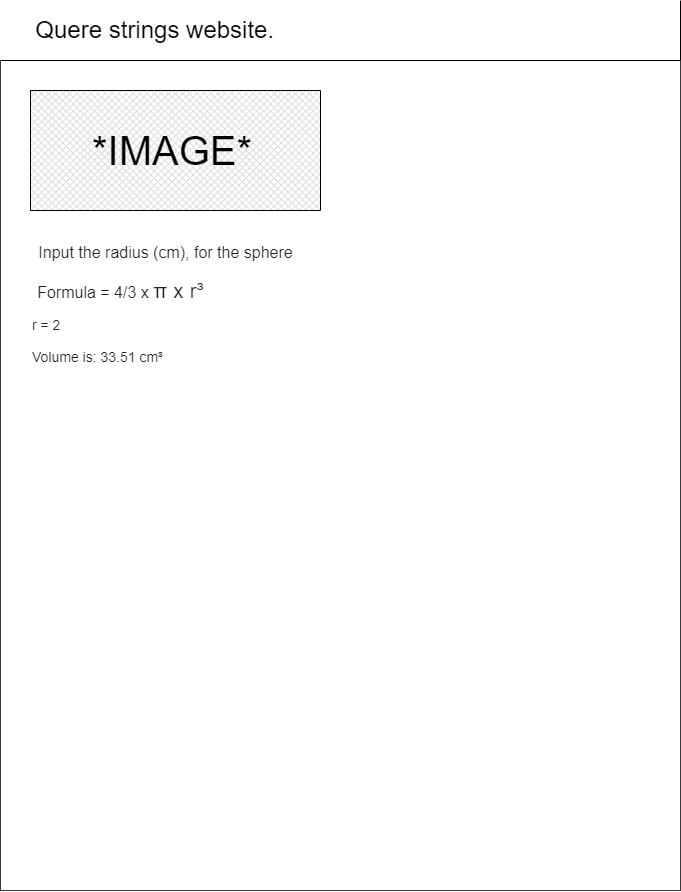
Above: design/storyboard.png in Evgeny-Vovk/ICS2O-Unit6-04-HTML-Extra (draw.io), before the change. Source tidied: cells renumbered, new cells last; positions are measured from the earlier drawing's top-left corner, leaving out a move shared by most shapes. Source of this version:
```xml
<mxGraphModel>
  <root>
    <mxCell id="0" />
    <mxCell id="1" parent="0" />
    <mxCell id="2" style="verticalLabelPosition=bottom;verticalAlign=top;html=1;shape=mxgraph.basic.rect;fillColor2=none;strokeWidth=1;size=20;indent=5;fillColor=#FFFFFF;strokeColor=#36393d;" parent="1" vertex="1">
      <mxGeometry y="60" width="680" height="830" as="geometry" />
    </mxCell>
    <mxCell id="3" value="&lt;p style=&quot;line-height: 1.2&quot;&gt;&lt;span style=&quot;font-size: 24px&quot;&gt;&amp;nbsp; &amp;nbsp; &amp;nbsp;Quere strings website.&lt;/span&gt;&lt;/p&gt;" style="shape=partialRectangle;whiteSpace=wrap;html=1;top=0;left=0;fillColor=#FFFFFF;align=left;fontColor=#000000;strokeColor=#000000;" parent="1" vertex="1">
      <mxGeometry width="680" height="60" as="geometry" />
    </mxCell>
    <mxCell id="4" style="verticalLabelPosition=bottom;verticalAlign=top;html=1;shape=mxgraph.basic.patternFillRect;fillStyle=diagGrid;step=5;fillStrokeWidth=0.2;fillStrokeColor=#dddddd;" parent="1" vertex="1">
      <mxGeometry x="30" y="90" width="290" height="120" as="geometry" />
    </mxCell>
    <mxCell id="5" value="&lt;font face=&quot;helvetica, arial, sans-serif&quot; color=&quot;#000000&quot; style=&quot;font-size: 40px&quot;&gt;*IMAGE*&lt;/font&gt;" style="text;whiteSpace=wrap;html=1;fontSize=24;strokeWidth=22;" parent="1" vertex="1">
      <mxGeometry x="90" y="120" width="190" height="90" as="geometry" />
    </mxCell>
    <mxCell id="6" value="&lt;span style=&quot;color: rgba(0 , 0 , 0 , 0.87) ; font-family: &amp;#34;helvetica&amp;#34; , &amp;#34;arial&amp;#34; , sans-serif&quot;&gt;&lt;font style=&quot;font-size: 16px&quot;&gt;Input the radius (cm), for the sphere&lt;/font&gt;&lt;/span&gt;" style="text;html=1;align=center;verticalAlign=middle;fillColor=none;strokeColor=none;rounded=0;fontSize=35;" parent="1" vertex="1">
      <mxGeometry x="30" y="220" width="270" height="50" as="geometry" />
    </mxCell>
    <mxCell id="7" value="&lt;div style=&quot;text-align: left&quot;&gt;&lt;span style=&quot;color: rgba(0 , 0 , 0 , 0.87) ; font-family: &amp;#34;helvetica&amp;#34; , &amp;#34;arial&amp;#34; , sans-serif&quot;&gt;&lt;font style=&quot;font-size: 16px&quot;&gt;Formula = 4/3 x&amp;nbsp;&lt;/font&gt;&lt;/span&gt;&lt;span style=&quot;color: rgba(0 , 0 , 0 , 0.87) ; font-family: &amp;#34;roboto&amp;#34; , &amp;#34;helvetica&amp;#34; , &amp;#34;arial&amp;#34; , sans-serif ; font-size: 20px ; letter-spacing: 0.02em&quot;&gt;π x r³&lt;/span&gt;&lt;/div&gt;" style="text;html=1;align=center;verticalAlign=middle;fillColor=none;strokeColor=none;rounded=0;fontSize=35;" parent="1" vertex="1">
      <mxGeometry x="30" y="260" width="180" height="50" as="geometry" />
    </mxCell>
    <mxCell id="8" value="&lt;span style=&quot;color: rgba(0, 0, 0, 0.87); font-family: helvetica, arial, sans-serif; font-size: 14px; font-style: normal; font-weight: 400; letter-spacing: normal; text-indent: 0px; text-transform: none; word-spacing: 0px; display: inline; float: none;&quot;&gt;Volume is: 33.51 cm³&lt;/span&gt;" style="text;whiteSpace=wrap;html=1;fontSize=16;fontColor=#000000;" parent="1" vertex="1">
      <mxGeometry x="30" y="340" width="160" height="40" as="geometry" />
    </mxCell>
    <mxCell id="9" value="&lt;div id=&quot;dimensions&quot; style=&quot;color: rgba(0, 0, 0, 0.87); font-family: helvetica, arial, sans-serif; font-size: 14px; font-style: normal; font-weight: 400; letter-spacing: normal; text-indent: 0px; text-transform: none; word-spacing: 0px;&quot;&gt;r = 2&lt;/div&gt;&lt;br class=&quot;Apple-interchange-newline&quot;&gt;" style="text;whiteSpace=wrap;html=1;fontSize=16;fontColor=#000000;" parent="1" vertex="1">
      <mxGeometry x="30" y="310" width="50" height="50" as="geometry" />
    </mxCell>
  </root>
</mxGraphModel>
```
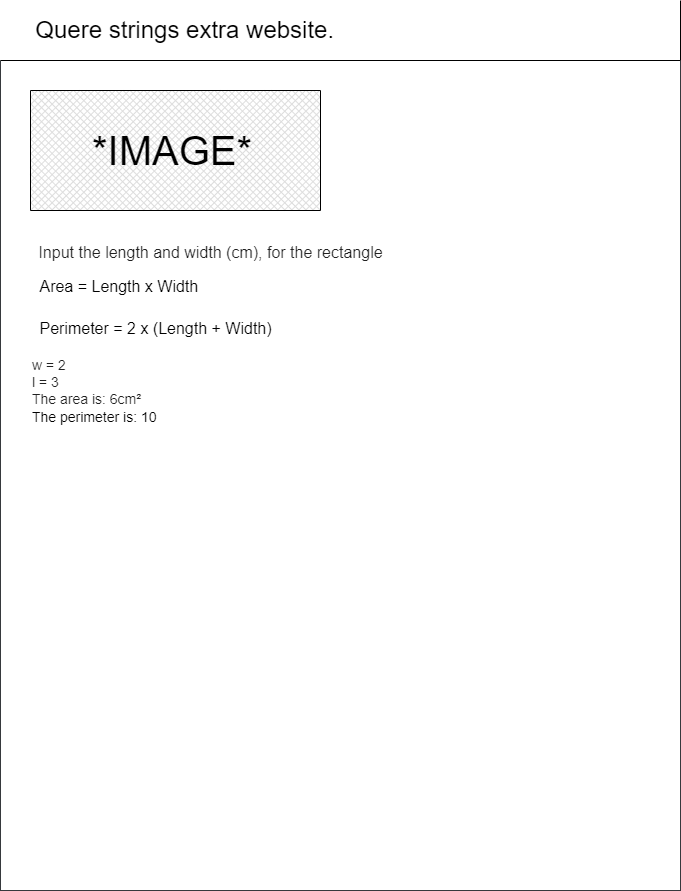
Above is the later version.

What changed in the source:
```diff
@@ -5,7 +5,7 @@
     <mxCell id="2" style="verticalLabelPosition=bottom;verticalAlign=top;html=1;shape=mxgraph.basic.rect;fillColor2=none;strokeWidth=1;size=20;indent=5;fillColor=#FFFFFF;strokeColor=#36393d;" parent="1" vertex="1">
       <mxGeometry y="60" width="680" height="830" as="geometry" />
     </mxCell>
-    <mxCell id="3" value="&lt;p style=&quot;line-height: 1.2&quot;&gt;&lt;span style=&quot;font-size: 24px&quot;&gt;&amp;nbsp; &amp;nbsp; &amp;nbsp;Quere strings website.&lt;/span&gt;&lt;/p&gt;" style="shape=partialRectangle;whiteSpace=wrap;html=1;top=0;left=0;fillColor=#FFFFFF;align=left;fontColor=#000000;strokeColor=#000000;" parent="1" vertex="1">
+    <mxCell id="3" value="&lt;p style=&quot;line-height: 1.2&quot;&gt;&lt;span style=&quot;font-size: 24px&quot;&gt;&amp;nbsp; &amp;nbsp; &amp;nbsp;Quere strings extra website.&lt;/span&gt;&lt;/p&gt;" style="shape=partialRectangle;whiteSpace=wrap;html=1;top=0;left=0;fillColor=#FFFFFF;align=left;fontColor=#000000;strokeColor=#000000;" parent="1" vertex="1">
       <mxGeometry width="680" height="60" as="geometry" />
     </mxCell>
     <mxCell id="4" style="verticalLabelPosition=bottom;verticalAlign=top;html=1;shape=mxgraph.basic.patternFillRect;fillStyle=diagGrid;step=5;fillStrokeWidth=0.2;fillStrokeColor=#dddddd;" parent="1" vertex="1">
@@ -14,17 +14,14 @@
     <mxCell id="5" value="&lt;font face=&quot;helvetica, arial, sans-serif&quot; color=&quot;#000000&quot; style=&quot;font-size: 40px&quot;&gt;*IMAGE*&lt;/font&gt;" style="text;whiteSpace=wrap;html=1;fontSize=24;strokeWidth=22;" parent="1" vertex="1">
       <mxGeometry x="90" y="120" width="190" height="90" as="geometry" />
     </mxCell>
-    <mxCell id="6" value="&lt;span style=&quot;color: rgba(0 , 0 , 0 , 0.87) ; font-family: &amp;#34;helvetica&amp;#34; , &amp;#34;arial&amp;#34; , sans-serif&quot;&gt;&lt;font style=&quot;font-size: 16px&quot;&gt;Input the radius (cm), for the sphere&lt;/font&gt;&lt;/span&gt;" style="text;html=1;align=center;verticalAlign=middle;fillColor=none;strokeColor=none;rounded=0;fontSize=35;" parent="1" vertex="1">
-      <mxGeometry x="30" y="220" width="270" height="50" as="geometry" />
+    <mxCell id="6" value="&lt;span style=&quot;color: rgba(0 , 0 , 0 , 0.87) ; font-family: &amp;#34;helvetica&amp;#34; , &amp;#34;arial&amp;#34; , sans-serif&quot;&gt;&lt;font style=&quot;font-size: 16px&quot;&gt;Input the length and width (cm), for the rectangle&lt;/font&gt;&lt;/span&gt;" style="text;html=1;align=center;verticalAlign=middle;fillColor=none;strokeColor=none;rounded=0;fontSize=35;" parent="1" vertex="1">
+      <mxGeometry x="30" y="220" width="360" height="50" as="geometry" />
     </mxCell>
-    <mxCell id="7" value="&lt;div style=&quot;text-align: left&quot;&gt;&lt;span style=&quot;color: rgba(0 , 0 , 0 , 0.87) ; font-family: &amp;#34;helvetica&amp;#34; , &amp;#34;arial&amp;#34; , sans-serif&quot;&gt;&lt;font style=&quot;font-size: 16px&quot;&gt;Formula = 4/3 x&amp;nbsp;&lt;/font&gt;&lt;/span&gt;&lt;span style=&quot;color: rgba(0 , 0 , 0 , 0.87) ; font-family: &amp;#34;roboto&amp;#34; , &amp;#34;helvetica&amp;#34; , &amp;#34;arial&amp;#34; , sans-serif ; font-size: 20px ; letter-spacing: 0.02em&quot;&gt;π x r³&lt;/span&gt;&lt;/div&gt;" style="text;html=1;align=center;verticalAlign=middle;fillColor=none;strokeColor=none;rounded=0;fontSize=35;" parent="1" vertex="1">
-      <mxGeometry x="30" y="260" width="180" height="50" as="geometry" />
+    <mxCell id="7" value="&lt;div style=&quot;text-align: left&quot;&gt;&lt;font color=&quot;#000000&quot; face=&quot;helvetica, arial, sans-serif&quot;&gt;&lt;span style=&quot;font-size: 16px&quot;&gt;Area = Length x Width&lt;/span&gt;&lt;/font&gt;&lt;/div&gt;&lt;div style=&quot;text-align: left&quot;&gt;&lt;font color=&quot;#000000&quot; face=&quot;helvetica, arial, sans-serif&quot;&gt;&lt;span style=&quot;font-size: 16px&quot;&gt;Perimeter = 2 x (Length + Width)&lt;/span&gt;&lt;/font&gt;&lt;/div&gt;" style="text;html=1;align=center;verticalAlign=middle;fillColor=none;strokeColor=none;rounded=0;fontSize=35;" parent="1" vertex="1">
+      <mxGeometry x="30" y="250" width="250" height="100" as="geometry" />
     </mxCell>
-    <mxCell id="8" value="&lt;span style=&quot;color: rgba(0, 0, 0, 0.87); font-family: helvetica, arial, sans-serif; font-size: 14px; font-style: normal; font-weight: 400; letter-spacing: normal; text-indent: 0px; text-transform: none; word-spacing: 0px; display: inline; float: none;&quot;&gt;Volume is: 33.51 cm³&lt;/span&gt;" style="text;whiteSpace=wrap;html=1;fontSize=16;fontColor=#000000;" parent="1" vertex="1">
-      <mxGeometry x="30" y="340" width="160" height="40" as="geometry" />
-    </mxCell>
-    <mxCell id="9" value="&lt;div id=&quot;dimensions&quot; style=&quot;color: rgba(0, 0, 0, 0.87); font-family: helvetica, arial, sans-serif; font-size: 14px; font-style: normal; font-weight: 400; letter-spacing: normal; text-indent: 0px; text-transform: none; word-spacing: 0px;&quot;&gt;r = 2&lt;/div&gt;&lt;br class=&quot;Apple-interchange-newline&quot;&gt;" style="text;whiteSpace=wrap;html=1;fontSize=16;fontColor=#000000;" parent="1" vertex="1">
-      <mxGeometry x="30" y="310" width="50" height="50" as="geometry" />
+    <mxCell id="9" value="&lt;div id=&quot;dimensions&quot; style=&quot;color: rgba(0 , 0 , 0 , 0.87) ; font-family: &amp;#34;helvetica&amp;#34; , &amp;#34;arial&amp;#34; , sans-serif ; font-size: 14px ; font-style: normal ; font-weight: 400 ; letter-spacing: normal ; text-indent: 0px ; text-transform: none ; word-spacing: 0px&quot;&gt;w = 2&lt;/div&gt;&lt;div id=&quot;dimensions&quot; style=&quot;color: rgba(0 , 0 , 0 , 0.87) ; font-family: &amp;#34;helvetica&amp;#34; , &amp;#34;arial&amp;#34; , sans-serif ; font-style: normal ; font-weight: 400 ; letter-spacing: normal ; text-indent: 0px ; text-transform: none ; word-spacing: 0px ; font-size: 14px&quot;&gt;&lt;font style=&quot;font-size: 14px&quot;&gt;l = 3&lt;/font&gt;&lt;/div&gt;&lt;div id=&quot;dimensions&quot; style=&quot;color: rgba(0 , 0 , 0 , 0.87) ; font-family: &amp;#34;helvetica&amp;#34; , &amp;#34;arial&amp;#34; , sans-serif ; font-style: normal ; font-weight: 400 ; letter-spacing: normal ; text-indent: 0px ; text-transform: none ; word-spacing: 0px ; font-size: 14px&quot;&gt;&lt;font style=&quot;font-size: 14px&quot;&gt;The area is: 6cm²&lt;/font&gt;&lt;/div&gt;&lt;font style=&quot;font-size: 14px&quot;&gt;The perimeter is: 10&lt;/font&gt;" style="text;whiteSpace=wrap;html=1;fontSize=16;fontColor=#000000;" parent="1" vertex="1">
+      <mxGeometry x="30" y="350" width="220" height="50" as="geometry" />
     </mxCell>
   </root>
 </mxGraphModel>
```
